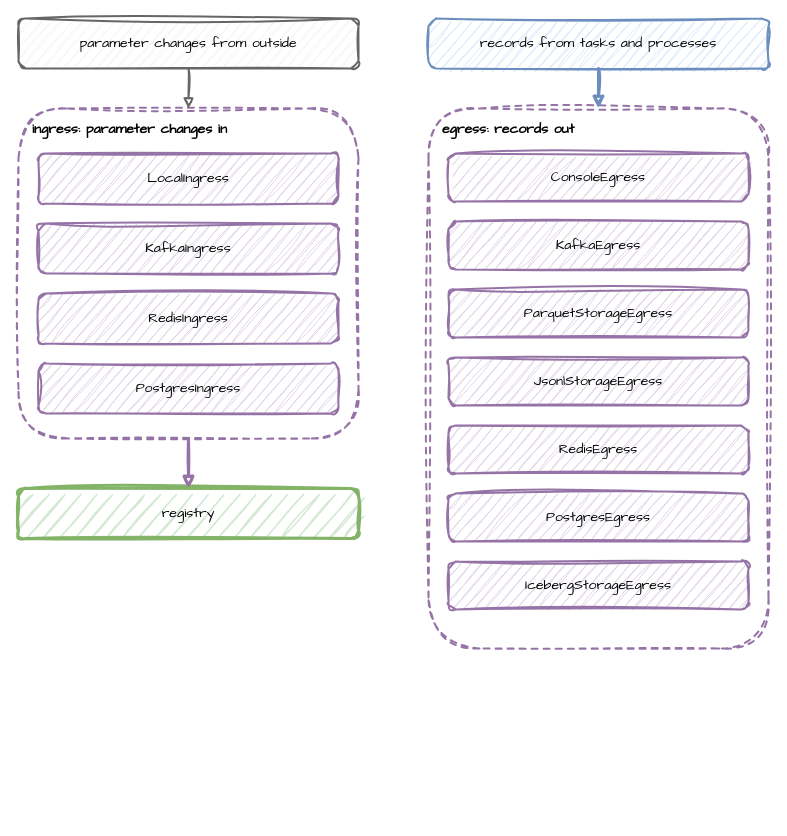
The draw.io diagram docs/assets/diagrams/connectors-overview.drawio in jaehyeon-kim/desflow, before the edit. Source tidied: cells renumbered, new cells numbered last; positions are measured from the earlier drawing's top-left corner, leaving out a move shared by most shapes. Both pictures are drawn from the tidied source at 100%, with x=0, y=0 at pixel (18, 18).
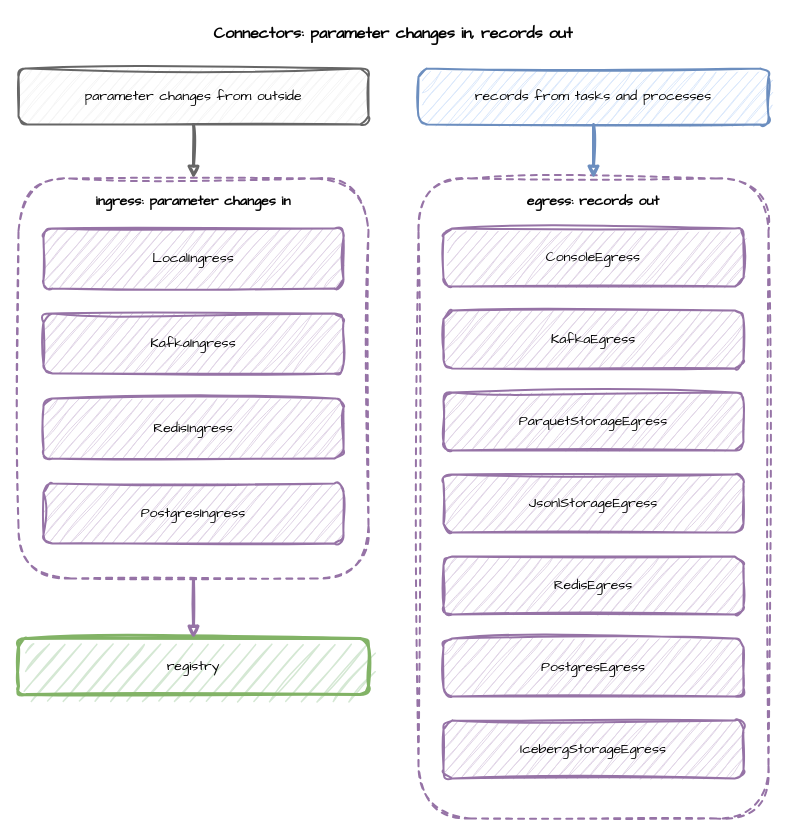
After the change.

Change to the diagram source:
```diff
@@
-    <mxCell id="2" value="egress: records out" style="rounded=1;whiteSpace=wrap;html=1;sketch=1;curveFitting=1;jiggle=2;fontFamily=Comic Sans MS;fontSize=14;fillColor=none;strokeColor=#9673a6;strokeWidth=2;dashed=1;verticalAlign=top;align=left;spacingLeft=12;spacingTop=6;fontStyle=1;" parent="1" vertex="1">
-      <mxGeometry x="410" y="90" width="340" height="540" as="geometry" />
-    </mxCell>
+    <mxCell id="21" value="Connectors: parameter changes in, records out" style="text;html=1;align=center;verticalAlign=middle;whiteSpace=wrap;fontFamily=Comic Sans MS;fontSize=16;fontStyle=1;" parent="1" vertex="1">
+      <mxGeometry width="750" height="30" as="geometry" />
+    </mxCell>
+    <mxCell id="4" value="parameter changes from outside" style="rounded=1;whiteSpace=wrap;html=1;sketch=1;curveFitting=1;jiggle=2;fontFamily=Comic Sans MS;fontSize=14;fillColor=#f5f5f5;strokeColor=#666666;strokeWidth=2;" parent="1" vertex="1">
+      <mxGeometry y="50" width="350" height="56" as="geometry" />
+    </mxCell>
-    <mxCell id="3" value="ingress: parameter changes in" style="rounded=1;whiteSpace=wrap;html=1;sketch=1;curveFitting=1;jiggle=2;fontFamily=Comic Sans MS;fontSize=14;fillColor=none;strokeColor=#9673a6;strokeWidth=2;dashed=1;verticalAlign=top;align=left;spacingLeft=12;spacingTop=6;fontStyle=1;" parent="1" vertex="1">
-      <mxGeometry y="90" width="340" height="330" as="geometry" />
+    <mxCell id="3" value="ingress: parameter changes in" style="rounded=1;whiteSpace=wrap;html=1;sketch=1;curveFitting=1;jiggle=2;fontFamily=Comic Sans MS;fontSize=14;fillColor=none;strokeColor=#666666;strokeWidth=2;dashed=1;verticalAlign=top;align=center;spacingTop=8;strokeColor=#9673a6;fontStyle=1;" parent="1" vertex="1">
+      <mxGeometry y="160" width="350" height="400" as="geometry" />
     </mxCell>
-    <mxCell id="4" value="parameter changes from outside" style="rounded=1;whiteSpace=wrap;html=1;sketch=1;curveFitting=1;jiggle=2;fontFamily=Comic Sans MS;fontSize=14;fillColor=#f5f5f5;strokeColor=#666666;strokeWidth=2;" parent="1" vertex="1">
-      <mxGeometry width="340" height="50" as="geometry" />
-    </mxCell>
     <mxCell id="5" value="LocalIngress" style="rounded=1;whiteSpace=wrap;html=1;sketch=1;curveFitting=1;jiggle=2;fontFamily=Comic Sans MS;fontSize=14;fillColor=#e1d5e7;strokeColor=#9673a6;strokeWidth=2;" parent="1" vertex="1">
-      <mxGeometry x="20" y="135" width="300" height="50" as="geometry" />
+      <mxGeometry x="25" y="210" width="300" height="60" as="geometry" />
     </mxCell>
     <mxCell id="6" value="KafkaIngress" style="rounded=1;whiteSpace=wrap;html=1;sketch=1;curveFitting=1;jiggle=2;fontFamily=Comic Sans MS;fontSize=14;fillColor=#e1d5e7;strokeColor=#9673a6;strokeWidth=2;" parent="1" vertex="1">
-      <mxGeometry x="20" y="205" width="300" height="50" as="geometry" />
+      <mxGeometry x="25" y="295" width="300" height="60" as="geometry" />
     </mxCell>
     <mxCell id="7" value="RedisIngress" style="rounded=1;whiteSpace=wrap;html=1;sketch=1;curveFitting=1;jiggle=2;fontFamily=Comic Sans MS;fontSize=14;fillColor=#e1d5e7;strokeColor=#9673a6;strokeWidth=2;" parent="1" vertex="1">
-      <mxGeometry x="20" y="275" width="300" height="50" as="geometry" />
+      <mxGeometry x="25" y="380" width="300" height="60" as="geometry" />
     </mxCell>
     <mxCell id="8" value="PostgresIngress" style="rounded=1;whiteSpace=wrap;html=1;sketch=1;curveFitting=1;jiggle=2;fontFamily=Comic Sans MS;fontSize=14;fillColor=#e1d5e7;strokeColor=#9673a6;strokeWidth=2;" parent="1" vertex="1">
-      <mxGeometry x="20" y="345" width="300" height="50" as="geometry" />
+      <mxGeometry x="25" y="465" width="300" height="60" as="geometry" />
     </mxCell>
     <mxCell id="9" value="registry" style="rounded=1;whiteSpace=wrap;html=1;sketch=1;curveFitting=1;jiggle=2;fontFamily=Comic Sans MS;fontSize=14;fillColor=#d5e8d4;strokeColor=#82b366;strokeWidth=3;" parent="1" vertex="1">
-      <mxGeometry y="470" width="340" height="50" as="geometry" />
+      <mxGeometry y="620" width="350" height="56" as="geometry" />
     </mxCell>
-    <mxCell id="10" style="edgeStyle=orthogonalEdgeStyle;rounded=0;sketch=1;html=1;strokeWidth=2;endArrow=block;strokeColor=#666666;fontFamily=Comic Sans MS;fontSize=13;labelBackgroundColor=#ffffff;exitX=0.5;exitY=1;exitDx=0;exitDy=0;entryX=0.5;entryY=0;entryDx=0;entryDy=0;" parent="1" edge="1" source="4" target="3">
+    <mxCell id="10" style="edgeStyle=orthogonalEdgeStyle;rounded=0;sketch=1;html=1;strokeWidth=3;endArrow=block;strokeColor=#666666;fontFamily=Comic Sans MS;fontSize=13;labelBackgroundColor=#ffffff;exitX=0.5;exitY=1;exitDx=0;exitDy=0;entryX=0.5;entryY=0;entryDx=0;entryDy=0;" parent="1" edge="1" source="4" target="3">
       <mxGeometry relative="1" as="geometry" />
     </mxCell>
@@
     <mxCell id="12" value="records from tasks and processes" style="rounded=1;whiteSpace=wrap;html=1;sketch=1;curveFitting=1;jiggle=2;fontFamily=Comic Sans MS;fontSize=14;fillColor=#dae8fc;strokeColor=#6c8ebf;strokeWidth=2;" parent="1" vertex="1">
-      <mxGeometry x="410" width="340" height="50" as="geometry" />
+      <mxGeometry x="400" y="50" width="350" height="56" as="geometry" />
     </mxCell>
+    <mxCell id="2" value="egress: records out" style="rounded=1;whiteSpace=wrap;html=1;sketch=1;curveFitting=1;jiggle=2;fontFamily=Comic Sans MS;fontSize=14;fillColor=none;strokeColor=#666666;strokeWidth=2;dashed=1;verticalAlign=top;align=center;spacingTop=8;strokeColor=#9673a6;fontStyle=1;" parent="1" vertex="1">
+      <mxGeometry x="400" y="160" width="350" height="640" as="geometry" />
+    </mxCell>
     <mxCell id="13" value="ConsoleEgress" style="rounded=1;whiteSpace=wrap;html=1;sketch=1;curveFitting=1;jiggle=2;fontFamily=Comic Sans MS;fontSize=14;fillColor=#e1d5e7;strokeColor=#9673a6;strokeWidth=2;" parent="1" vertex="1">
-      <mxGeometry x="430" y="135" width="300" height="48" as="geometry" />
+      <mxGeometry x="425" y="210" width="300" height="58" as="geometry" />
     </mxCell>
     <mxCell id="14" value="KafkaEgress" style="rounded=1;whiteSpace=wrap;html=1;sketch=1;curveFitting=1;jiggle=2;fontFamily=Comic Sans MS;fontSize=14;fillColor=#e1d5e7;strokeColor=#9673a6;strokeWidth=2;" parent="1" vertex="1">
-      <mxGeometry x="430" y="203" width="300" height="48" as="geometry" />
+      <mxGeometry x="425" y="292" width="300" height="58" as="geometry" />
     </mxCell>
     <mxCell id="15" value="ParquetStorageEgress" style="rounded=1;whiteSpace=wrap;html=1;sketch=1;curveFitting=1;jiggle=2;fontFamily=Comic Sans MS;fontSize=14;fillColor=#e1d5e7;strokeColor=#9673a6;strokeWidth=2;" parent="1" vertex="1">
-      <mxGeometry x="430" y="271" width="300" height="48" as="geometry" />
+      <mxGeometry x="425" y="374" width="300" height="58" as="geometry" />
     </mxCell>
     <mxCell id="16" value="JsonlStorageEgress" style="rounded=1;whiteSpace=wrap;html=1;sketch=1;curveFitting=1;jiggle=2;fontFamily=Comic Sans MS;fontSize=14;fillColor=#e1d5e7;strokeColor=#9673a6;strokeWidth=2;" parent="1" vertex="1">
-      <mxGeometry x="430" y="339" width="300" height="48" as="geometry" />
+      <mxGeometry x="425" y="456" width="300" height="58" as="geometry" />
     </mxCell>
     <mxCell id="17" value="RedisEgress" style="rounded=1;whiteSpace=wrap;html=1;sketch=1;curveFitting=1;jiggle=2;fontFamily=Comic Sans MS;fontSize=14;fillColor=#e1d5e7;strokeColor=#9673a6;strokeWidth=2;" parent="1" vertex="1">
-      <mxGeometry x="430" y="407" width="300" height="48" as="geometry" />
+      <mxGeometry x="425" y="538" width="300" height="58" as="geometry" />
     </mxCell>
     <mxCell id="18" value="PostgresEgress" style="rounded=1;whiteSpace=wrap;html=1;sketch=1;curveFitting=1;jiggle=2;fontFamily=Comic Sans MS;fontSize=14;fillColor=#e1d5e7;strokeColor=#9673a6;strokeWidth=2;" parent="1" vertex="1">
-      <mxGeometry x="430" y="475" width="300" height="48" as="geometry" />
+      <mxGeometry x="425" y="620" width="300" height="58" as="geometry" />
     </mxCell>
     <mxCell id="19" value="IcebergStorageEgress" style="rounded=1;whiteSpace=wrap;html=1;sketch=1;curveFitting=1;jiggle=2;fontFamily=Comic Sans MS;fontSize=14;fillColor=#e1d5e7;strokeColor=#9673a6;strokeWidth=2;" parent="1" vertex="1">
-      <mxGeometry x="430" y="543" width="300" height="48" as="geometry" />
+      <mxGeometry x="425" y="702" width="300" height="58" as="geometry" />
     </mxCell>
```
